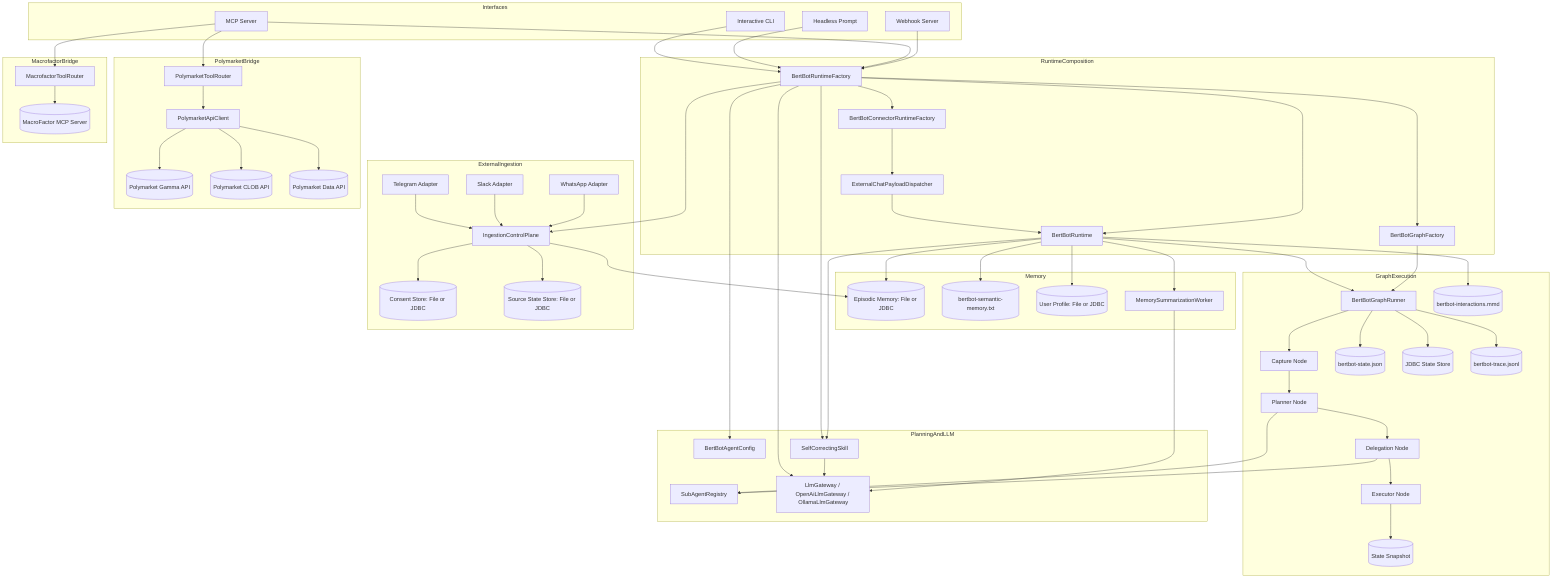
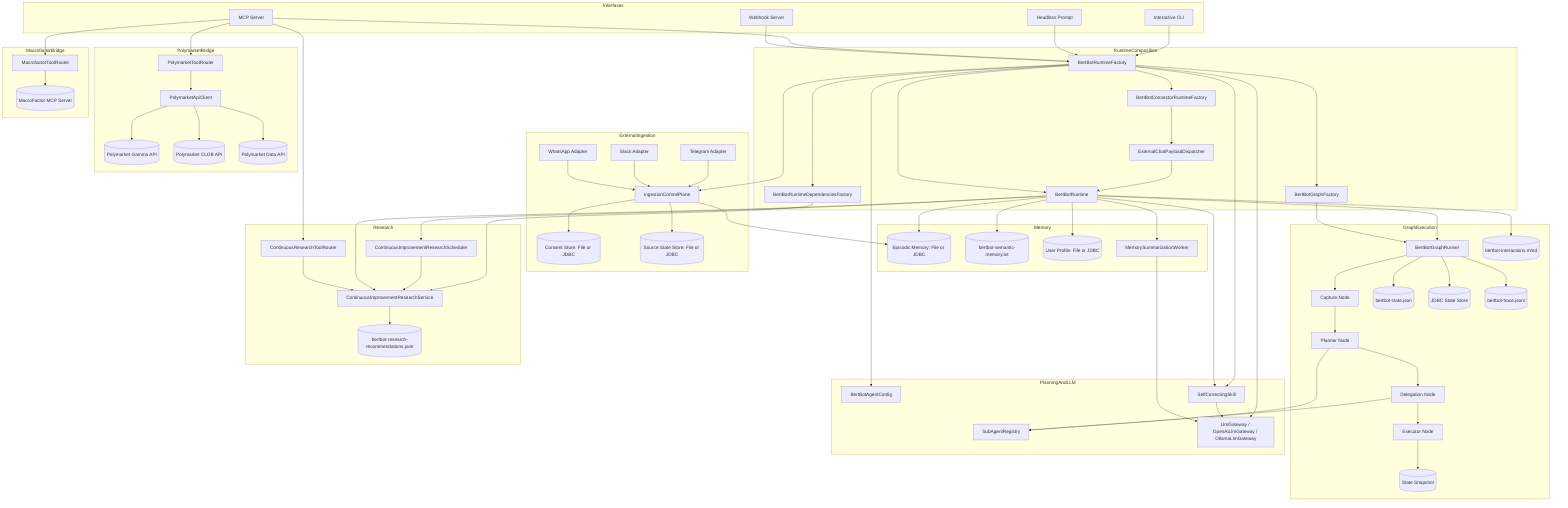
```mermaid
flowchart TD
    subgraph Interfaces
        CLI[Interactive CLI]
        Headless[Headless Prompt]
        MCP[MCP Server]
        Webhook[Webhook Server]
    end

    subgraph RuntimeComposition
        RuntimeFactory[BertBotRuntimeFactory]
        RuntimeCore[BertBotRuntime]
        GraphFactory[BertBotGraphFactory]
        ConnectorFactory[BertBotConnectorRuntimeFactory]
+         ResearchFactory[BertBotRuntimeDependenciesFactory]
        PayloadDispatcher[ExternalChatPayloadDispatcher]
    end

    subgraph GraphExecution
        Runner[BertBotGraphRunner]
        Capture[Capture Node]
        Planner[Planner Node]
        Delegate[Delegation Node]
        Execute[Executor Node]
        State[(State Snapshot)]
        StateFile[(bertbot-state.json)]
        JdbcState[(JDBC State Store)]
        TraceFile[(bertbot-trace.jsonl)]
        DiagramFile[(bertbot-interactions.mmd)]
    end

    subgraph PlanningAndLLM
        Config[BertBotAgentConfig]
        Registry[SubAgentRegistry]
        Skill[SelfCorrectingSkill]
        LLM[LlmGateway / OpenAiLlmGateway / OllamaLlmGateway]
    end

    subgraph Memory
        Episodic[(Episodic Memory: File or JDBC)]
        Semantic[(bertbot-semantic-memory.txt)]
        Profile[(User Profile: File or JDBC)]
        Summarizer[MemorySummarizationWorker]
    end

    subgraph ExternalIngestion
        Control[IngestionControlPlane]
        Consent[(Consent Store: File or JDBC)]
        SourceState[(Source State Store: File or JDBC)]
        Telegram[Telegram Adapter]
        Slack[Slack Adapter]
        WhatsApp[WhatsApp Adapter]
    end

    subgraph PolymarketBridge
        PolymarketToolRouter[PolymarketToolRouter]
        PolymarketApiClient[PolymarketApiClient]
        PolymarketGamma[(Polymarket Gamma API)]
        PolymarketCLOB[(Polymarket CLOB API)]
        PolymarketData[(Polymarket Data API)]
    end

+     subgraph Research
+         ResearchService[ContinuousImprovementResearchService]
+         ResearchScheduler[ContinuousImprovementResearchScheduler]
+         ResearchRouter[ContinuousResearchToolRouter]
+         ResearchStore[(bertbot-research-recommendations.json)]
+     end
+ 
    subgraph MacrofactorBridge
        MacrofactorToolRouter[MacrofactorToolRouter]
        MacrofactorMcp[(MacroFactor MCP Server)]
    end

    CLI --> RuntimeFactory
    Headless --> RuntimeFactory
    MCP --> RuntimeFactory
    Webhook --> RuntimeFactory
    RuntimeFactory --> ConnectorFactory
+     RuntimeFactory --> ResearchFactory
    ConnectorFactory --> PayloadDispatcher
    PayloadDispatcher --> RuntimeCore

    RuntimeFactory --> RuntimeCore
    RuntimeFactory --> GraphFactory
    RuntimeFactory --> Skill
    RuntimeFactory --> LLM
    RuntimeFactory --> Control
    RuntimeFactory --> Config
+     ResearchFactory --> ResearchService
+     ResearchService --> ResearchStore
+     ResearchScheduler --> ResearchService

    RuntimeCore --> Runner
    GraphFactory --> Runner
    Runner --> Capture --> Planner --> Delegate --> Execute
    Execute --> State
    Runner --> StateFile
    Runner --> JdbcState
    Runner --> TraceFile
    RuntimeCore --> DiagramFile

    Planner --> Registry
    Delegate --> Registry
    Skill --> LLM
    RuntimeCore --> Skill

    RuntimeCore --> Episodic
    RuntimeCore --> Semantic
    RuntimeCore --> Profile
    RuntimeCore --> Summarizer
    Summarizer --> LLM
+     RuntimeCore --> ResearchService
+     RuntimeCore --> ResearchScheduler

    Telegram --> Control
    Slack --> Control
    WhatsApp --> Control
    Control --> Consent
    Control --> SourceState
    Control --> Episodic

    MCP --> PolymarketToolRouter
    PolymarketToolRouter --> PolymarketApiClient
    PolymarketApiClient --> PolymarketGamma
    PolymarketApiClient --> PolymarketCLOB
    PolymarketApiClient --> PolymarketData

+     MCP --> ResearchRouter
+     ResearchRouter --> ResearchService
+ 
    MCP --> MacrofactorToolRouter
    MacrofactorToolRouter --> MacrofactorMcp
```
